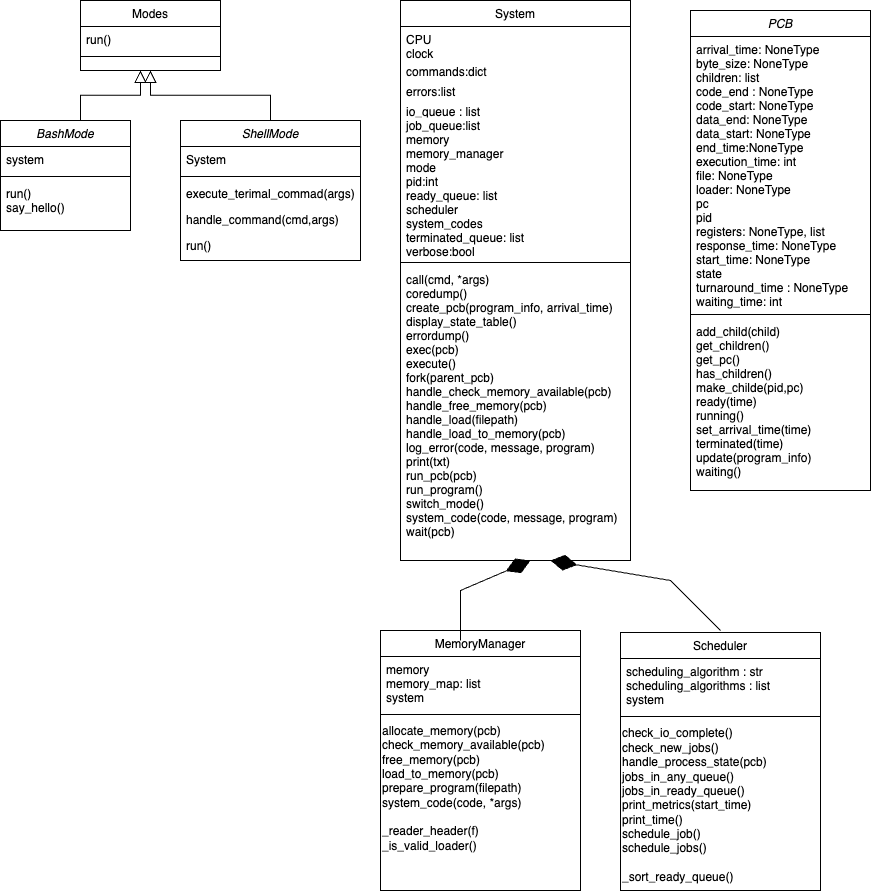
The draw.io diagram directions/M3_class_diagram.drawio.png in Luly7/new-repo, before a commit. Source tidied: cells renumbered, new cells last; positions are measured from the earlier drawing's top-left corner, leaving out a move shared by most shapes.
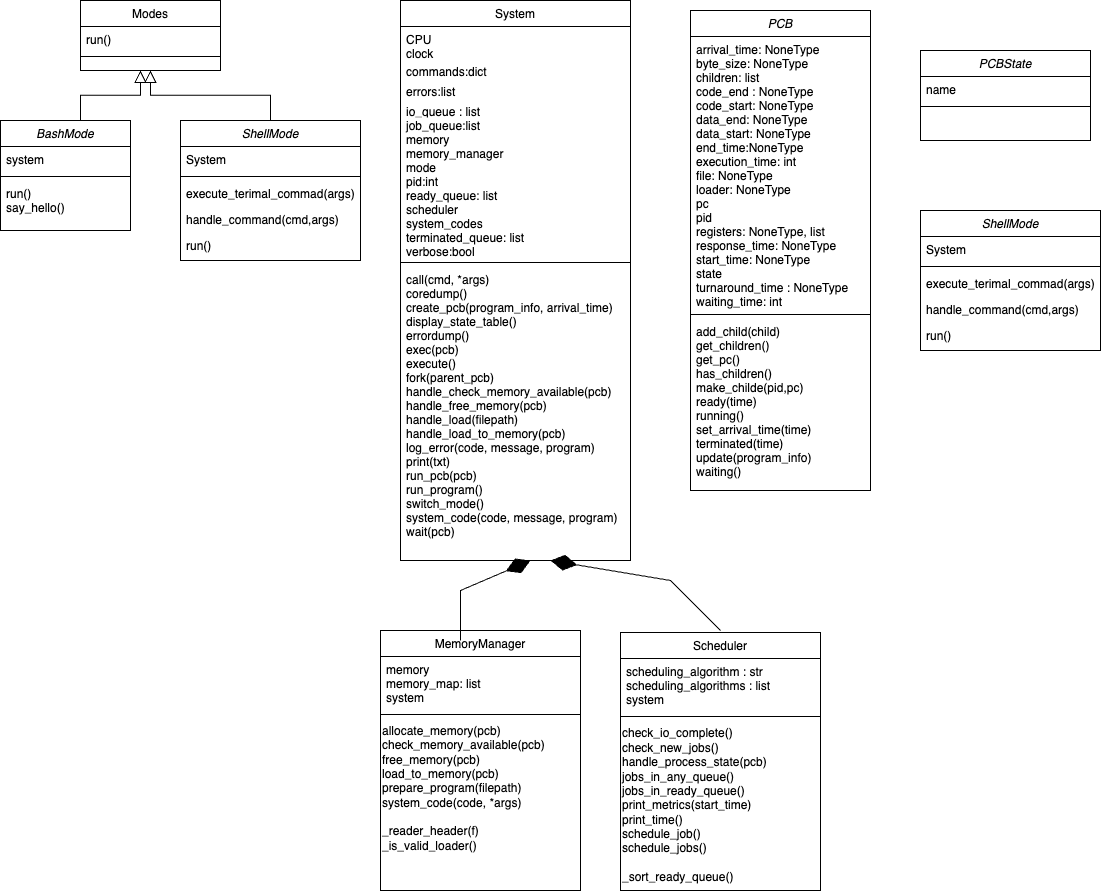
Above is the later version.

Change to the diagram source:
```diff
@@ -131,5 +131,32 @@
     <mxCell id="39" value="add_child(child)&#10;get_children()&#10;get_pc()&#10;has_children()&#10;make_childe(pid,pc)&#10;ready(time)&#10;running()&#10;set_arrival_time(time)&#10;terminated(time)&#10;update(program_info)&#10;waiting()&#10;" style="text;align=left;verticalAlign=top;spacingLeft=4;spacingRight=4;overflow=hidden;" parent="36" vertex="1">
       <mxGeometry y="308" width="180" height="172" as="geometry" />
     </mxCell>
+    <mxCell id="40" value="ShellMode" style="swimlane;fontStyle=2;align=center;verticalAlign=top;horizontal=1;startSize=26;rounded=0;shadow=0;strokeWidth=1;" parent="1" vertex="1">
+      <mxGeometry x="920" y="210" width="180" height="140" as="geometry" />
+    </mxCell>
+    <mxCell id="41" value="System" style="text;align=left;verticalAlign=top;spacingLeft=4;spacingRight=4;overflow=hidden;rounded=0;shadow=0;html=0;" parent="40" vertex="1">
+      <mxGeometry y="26" width="180" height="26" as="geometry" />
+    </mxCell>
+    <mxCell id="42" style="line;html=1;strokeWidth=1;align=left;verticalAlign=middle;spacingTop=-1;spacingLeft=3;spacingRight=3;labelPosition=right;" parent="40" vertex="1">
+      <mxGeometry y="52" width="180" height="8" as="geometry" />
+    </mxCell>
+    <mxCell id="43" value="execute_terimal_commad(args)" style="text;align=left;verticalAlign=top;spacingLeft=4;spacingRight=4;overflow=hidden;" parent="40" vertex="1">
+      <mxGeometry y="60" width="180" height="26" as="geometry" />
+    </mxCell>
+    <mxCell id="44" value="handle_command(cmd,args)" style="text;align=left;verticalAlign=top;spacingLeft=4;spacingRight=4;overflow=hidden;" parent="40" vertex="1">
+      <mxGeometry y="86" width="180" height="26" as="geometry" />
+    </mxCell>
+    <mxCell id="45" value="run()" style="text;align=left;verticalAlign=top;spacingLeft=4;spacingRight=4;overflow=hidden;" parent="40" vertex="1">
+      <mxGeometry y="112" width="180" height="26" as="geometry" />
+    </mxCell>
+    <mxCell id="46" value="PCBState" style="swimlane;fontStyle=2;align=center;verticalAlign=top;horizontal=1;startSize=26;rounded=0;shadow=0;strokeWidth=1;" parent="1" vertex="1">
+      <mxGeometry x="920" y="50" width="170" height="90" as="geometry" />
+    </mxCell>
+    <mxCell id="47" value="name" style="text;align=left;verticalAlign=top;spacingLeft=4;spacingRight=4;overflow=hidden;rounded=0;shadow=0;html=0;" parent="46" vertex="1">
+      <mxGeometry y="26" width="170" height="26" as="geometry" />
+    </mxCell>
+    <mxCell id="48" style="line;html=1;strokeWidth=1;align=left;verticalAlign=middle;spacingTop=-1;spacingLeft=3;spacingRight=3;labelPosition=right;" parent="46" vertex="1">
+      <mxGeometry y="52" width="170" height="8" as="geometry" />
+    </mxCell>
   </root>
 </mxGraphModel>
```
